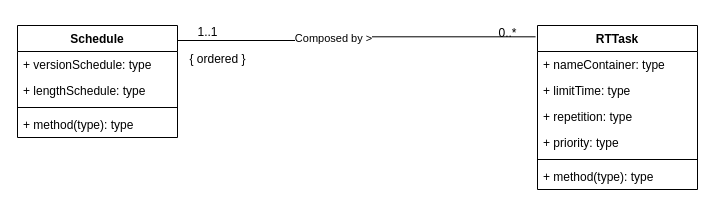
GeoDimi99/SpaceRTM keeps this draw.io diagram as docs/uml/orchestrator-class-diagram.drawio. Above is the earlier version. Source tidied: cells renumbered, new cells numbered last; positions are measured from the earlier drawing's top-left corner, leaving out a move shared by most shapes. Both pictures are drawn from the tidied source at 100%, with x=0, y=0 at pixel (17, 17).
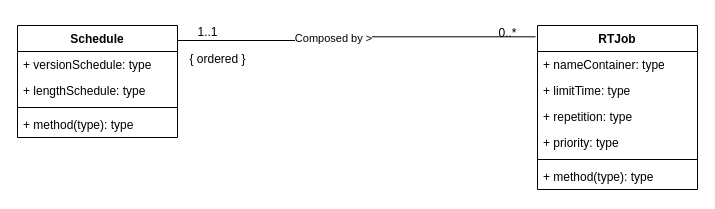
The same diagram, later.

What changed in the source:
```diff
@@
 <mxGraphModel>
   <root>
     <mxCell id="0" />
     <mxCell id="1" parent="0" />
-    <mxCell id="2" value="RTTask" style="swimlane;fontStyle=1;align=center;verticalAlign=top;horizontal=1;startSize=26;whiteSpace=wrap;html=1;" parent="1" vertex="1">
+    <mxCell id="2" value="RTJob" style="swimlane;fontStyle=1;align=center;verticalAlign=top;horizontal=1;startSize=26;whiteSpace=wrap;html=1;" parent="1" vertex="1">
       <mxGeometry x="520" y="8" width="160" height="164" as="geometry" />
     </mxCell>
     <mxCell id="3" value="+ nameContainer: type" style="text;strokeColor=none;fillColor=none;align=left;verticalAlign=top;spacingLeft=4;spacingRight=4;overflow=hidden;whiteSpace=wrap;html=1;" parent="2" vertex="1">
       <mxGeometry y="26" width="160" height="26" as="geometry" />
     </mxCell>
     <mxCell id="4" value="+ limitTime: type" style="text;strokeColor=none;fillColor=none;align=left;verticalAlign=top;spacingLeft=4;spacingRight=4;overflow=hidden;whiteSpace=wrap;html=1;" parent="2" vertex="1">
       <mxGeometry y="52" width="160" height="26" as="geometry" />
     </mxCell>
     <mxCell id="5" value="+ repetition: type" style="text;strokeColor=none;fillColor=none;align=left;verticalAlign=top;spacingLeft=4;spacingRight=4;overflow=hidden;whiteSpace=wrap;html=1;" parent="2" vertex="1">
       <mxGeometry y="78" width="160" height="26" as="geometry" />
     </mxCell>
     <mxCell id="6" value="+ priority: type" style="text;strokeColor=none;fillColor=none;align=left;verticalAlign=top;spacingLeft=4;spacingRight=4;overflow=hidden;whiteSpace=wrap;html=1;" parent="2" vertex="1">
       <mxGeometry y="104" width="160" height="26" as="geometry" />
     </mxCell>
     <mxCell id="7" style="line;strokeWidth=1;fillColor=none;align=left;verticalAlign=middle;spacingTop=-1;spacingLeft=3;spacingRight=3;labelPosition=right;strokeColor=inherit;" parent="2" vertex="1">
       <mxGeometry y="130" width="160" height="8" as="geometry" />
     </mxCell>
     <mxCell id="8" value="+ method(type): type" style="text;strokeColor=none;fillColor=none;align=left;verticalAlign=top;spacingLeft=4;spacingRight=4;overflow=hidden;whiteSpace=wrap;html=1;" parent="2" vertex="1">
       <mxGeometry y="138" width="160" height="26" as="geometry" />
     </mxCell>
     <mxCell id="9" value="Schedule" style="swimlane;fontStyle=1;align=center;verticalAlign=top;horizontal=1;startSize=26;whiteSpace=wrap;html=1;" parent="1" vertex="1">
       <mxGeometry y="8" width="160" height="112" as="geometry" />
     </mxCell>
     <mxCell id="10" value="+ versionSchedule: type" style="text;strokeColor=none;fillColor=none;align=left;verticalAlign=top;spacingLeft=4;spacingRight=4;overflow=hidden;whiteSpace=wrap;html=1;" parent="9" vertex="1">
       <mxGeometry y="26" width="160" height="26" as="geometry" />
     </mxCell>
     <mxCell id="11" value="+ lengthSchedule: type" style="text;strokeColor=none;fillColor=none;align=left;verticalAlign=top;spacingLeft=4;spacingRight=4;overflow=hidden;whiteSpace=wrap;html=1;" parent="9" vertex="1">
       <mxGeometry y="52" width="160" height="26" as="geometry" />
     </mxCell>
     <mxCell id="12" style="line;strokeWidth=1;fillColor=none;align=left;verticalAlign=middle;spacingTop=-1;spacingLeft=3;spacingRight=3;labelPosition=right;strokeColor=inherit;" parent="9" vertex="1">
       <mxGeometry y="78" width="160" height="8" as="geometry" />
     </mxCell>
     <mxCell id="13" value="+ method(type): type" style="text;strokeColor=none;fillColor=none;align=left;verticalAlign=top;spacingLeft=4;spacingRight=4;overflow=hidden;whiteSpace=wrap;html=1;" parent="9" vertex="1">
       <mxGeometry y="86" width="160" height="26" as="geometry" />
     </mxCell>
     <mxCell id="14" style="edgeStyle=orthogonalEdgeStyle;rounded=0;jettySize=auto;html=1;exitX=1;exitY=0.134;exitDx=0;exitDy=0;entryX=-0.012;entryY=0.069;entryDx=0;entryDy=0;endArrow=none;endFill=0;entryPerimeter=0;exitPerimeter=0;" parent="1" edge="1" source="9" target="2">
       <mxGeometry relative="1" as="geometry" />
     </mxCell>
     <mxCell id="15" value="Composed by &amp;gt;" style="edgeLabel;html=1;align=center;verticalAlign=middle;" parent="14" vertex="1">
       <mxGeometry x="-0.14" y="3" relative="1" as="geometry" />
     </mxCell>
     <mxCell id="16" value="{ ordered }" style="text;html=1;align=center;verticalAlign=middle;strokeColor=none;fillColor=none;" parent="1" vertex="1">
       <mxGeometry x="160" y="27" width="80" height="30" as="geometry" />
     </mxCell>
     <mxCell id="17" value="1..1" style="text;html=1;align=center;verticalAlign=middle;strokeColor=none;fillColor=none;" parent="1" vertex="1">
       <mxGeometry x="170" width="40" height="30" as="geometry" />
     </mxCell>
     <mxCell id="18" value="0..*" style="text;html=1;align=center;verticalAlign=middle;strokeColor=none;fillColor=none;" parent="1" vertex="1">
       <mxGeometry x="470" y="1" width="40" height="30" as="geometry" />
     </mxCell>
   </root>
 </mxGraphModel>
```
